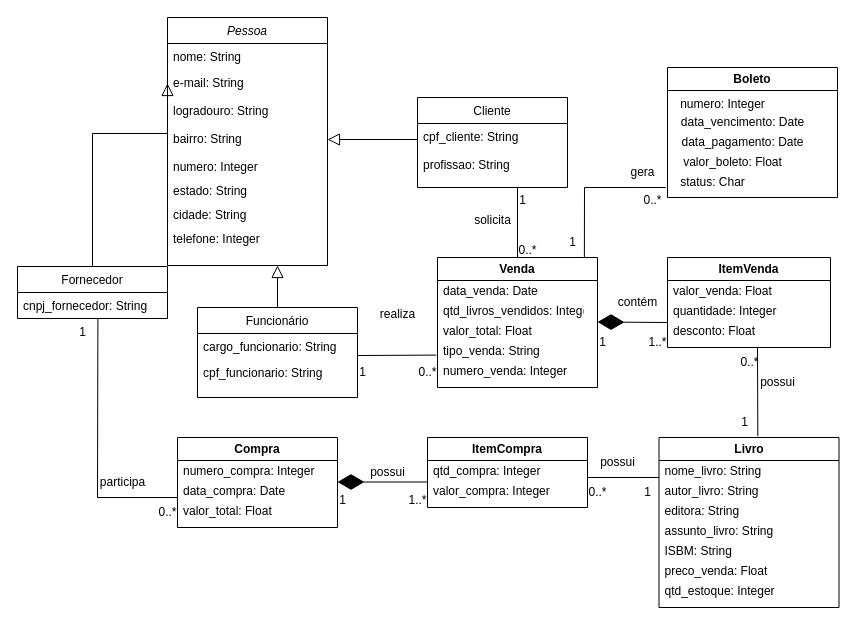
Before: Trabalho1/Diagrama sem nome.drawio in vitoriabvilela/ModelagemDeSoftware, a draw.io diagram. Source tidied: cells renumbered, new cells numbered last; positions are measured from the earlier drawing's top-left corner, leaving out a move shared by most shapes. Both pictures are drawn from the tidied source at 100%, with x=0, y=0 at pixel (17, 17).
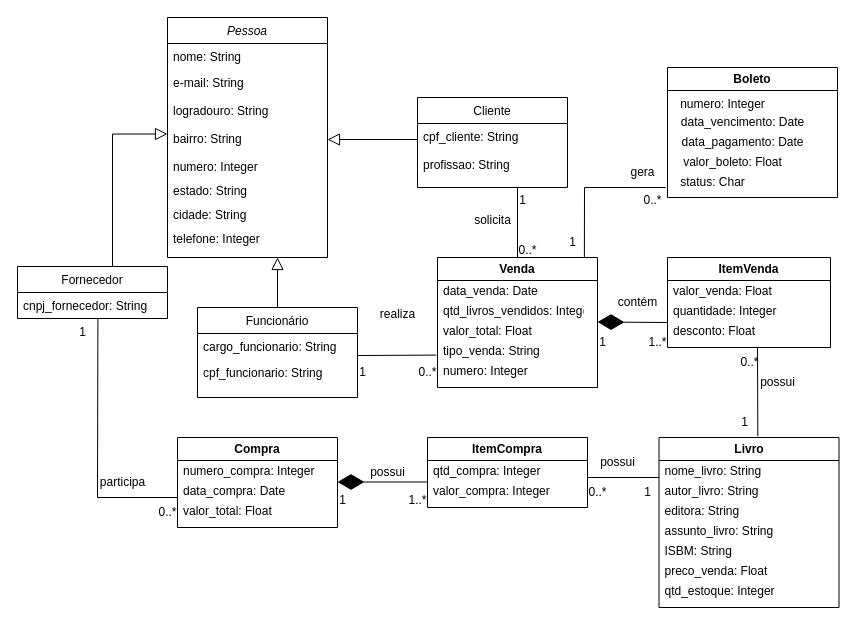
After the change.

The change refers to these unchanged cells:
```xml
<mxCell id="4" value="e-mail: String" style="text;align=left;verticalAlign=top;spacingLeft=4;spacingRight=4;overflow=hidden;points=[[0,0.5],[1,0.5]];portConstraint=eastwest;rounded=0;shadow=0;html=0;" parent="2" vertex="1">
  <mxGeometry y="52" width="160" height="28" as="geometry" />
</mxCell>
<mxCell id="19" value="Fornecedor" style="swimlane;fontStyle=0;align=center;verticalAlign=top;horizontal=1;startSize=26;rounded=0;shadow=0;strokeWidth=1;" parent="1" vertex="1">
  <mxGeometry y="249" width="150" height="52" as="geometry" />
</mxCell>
<mxCell id="29" value="Venda" style="swimlane;whiteSpace=wrap;html=1;" parent="1" vertex="1">
  <mxGeometry x="420" y="240" width="160" height="130" as="geometry" />
</mxCell>
```

The edit, as a diff of the source:
```diff
@@
     <mxCell id="2" value="Pessoa" style="swimlane;fontStyle=2;align=center;verticalAlign=top;horizontal=1;startSize=26;rounded=0;shadow=0;strokeWidth=1;" parent="1" vertex="1">
-      <mxGeometry x="150" width="160" height="248" as="geometry" />
+      <mxGeometry x="150" width="160" height="240" as="geometry" />
     </mxCell>
@@
-    <mxCell id="14" style="endArrow=block;endSize=10;endFill=0;shadow=0;strokeWidth=1;rounded=0;edgeStyle=elbowEdgeStyle;elbow=vertical;entryX=0;entryY=0.5;entryDx=0;entryDy=0;exitX=0.5;exitY=0;exitDx=0;exitDy=0;" parent="1" edge="1" source="19" target="4">
+    <mxCell id="14" style="endArrow=block;endSize=10;endFill=0;shadow=0;strokeWidth=1;rounded=0;edgeStyle=elbowEdgeStyle;elbow=vertical;exitX=0.5;exitY=0;exitDx=0;exitDy=0;" parent="1" edge="1">
       <mxGeometry relative="1" as="geometry">
+        <mxPoint x="95" y="249.5" as="sourcePoint" />
+        <mxPoint x="150" y="116.5" as="targetPoint" />
         <Array as="points">
-          <mxPoint x="100" y="116" />
+          <mxPoint x="120" y="116.5" />
         </Array>
       </mxGeometry>
     </mxCell>
@@
-    <mxCell id="34" value="numero_venda: Integer" style="text;align=left;verticalAlign=top;spacingLeft=4;spacingRight=4;overflow=hidden;rounded=0;shadow=0;html=0;" parent="29" vertex="1">
+    <mxCell id="34" value="numero: Integer" style="text;align=left;verticalAlign=top;spacingLeft=4;spacingRight=4;overflow=hidden;rounded=0;shadow=0;html=0;" parent="29" vertex="1">
       <mxGeometry y="100" width="150" height="28" as="geometry" />
     </mxCell>
```
